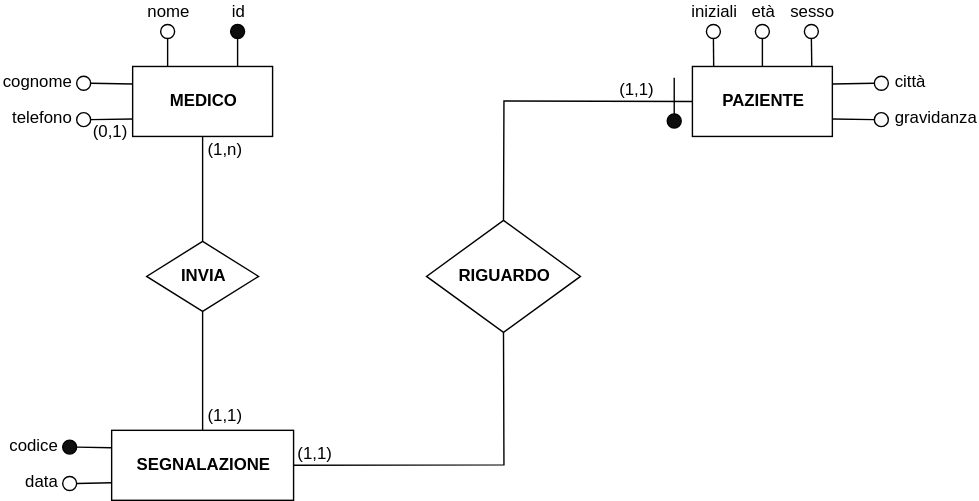
This is schematics/er-diagram.svg from MatteoCarnelos/DB-SEA, a draw.io export, as it was before one commit. Source tidied: cells renumbered, new cells last; positions are measured from the earlier drawing's top-left corner, leaving out a move shared by most shapes.
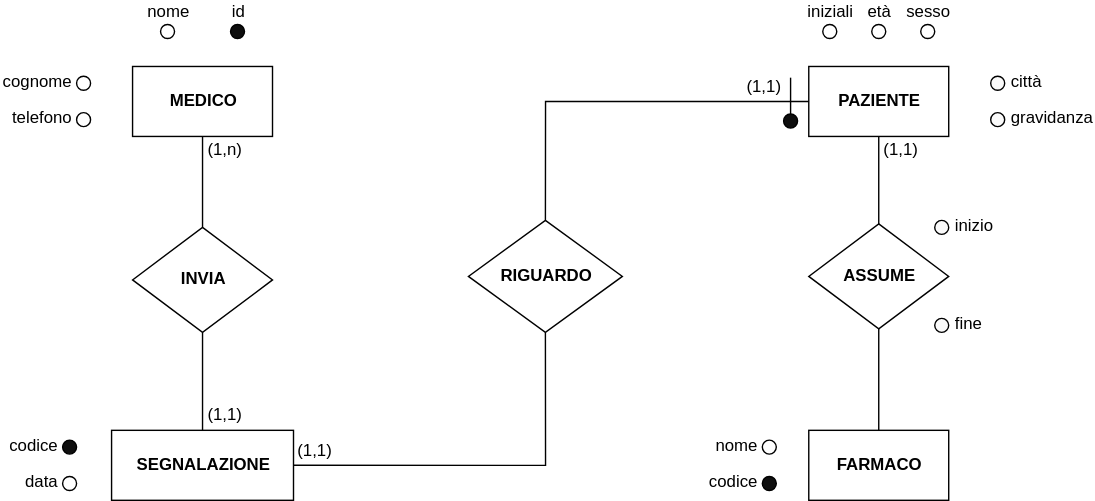
Above is the later version.

What changed in the source:
```diff
@@ -5,32 +5,15 @@
     <mxCell id="2" value="&lt;b&gt;MEDICO&lt;br&gt;&lt;/b&gt;" style="whiteSpace=wrap;html=1;align=center;" parent="1" vertex="1">
       <mxGeometry x="50" y="30" width="100" height="50" as="geometry" />
     </mxCell>
-    <mxCell id="3" style="endArrow=none;html=1;rounded=0;entryX=0.25;entryY=0;entryDx=0;entryDy=0;exitX=0.5;exitY=1;exitDx=0;exitDy=0;" parent="1" edge="1" source="6" target="2">
-      <mxGeometry relative="1" as="geometry" />
-    </mxCell>
-    <mxCell id="4" style="endArrow=none;html=1;exitX=0.75;exitY=0;exitDx=0;exitDy=0;entryX=0.5;entryY=1;entryDx=0;entryDy=0;" parent="1" edge="1" source="2" target="5">
-      <mxGeometry relative="1" as="geometry" />
-    </mxCell>
     <mxCell id="5" value="id" style="ellipse;whiteSpace=wrap;html=1;fillColor=#0D0D0D;labelPosition=center;verticalLabelPosition=top;align=center;verticalAlign=bottom;" parent="1" vertex="1">
       <mxGeometry x="120" width="10" height="10" as="geometry" />
     </mxCell>
     <mxCell id="6" value="nome" style="ellipse;whiteSpace=wrap;html=1;fillColor=#ffffff;labelPosition=center;verticalLabelPosition=top;align=center;verticalAlign=bottom;spacing=2;" parent="1" vertex="1">
       <mxGeometry x="70" width="10" height="10" as="geometry" />
     </mxCell>
-    <mxCell id="7" style="endArrow=none;html=1;entryX=0;entryY=0.25;entryDx=0;entryDy=0;exitX=1;exitY=0.5;exitDx=0;exitDy=0;" parent="1" edge="1" source="8" target="2">
-      <mxGeometry relative="1" as="geometry" />
-    </mxCell>
     <mxCell id="8" value="cognome" style="ellipse;whiteSpace=wrap;html=1;fillColor=#ffffff;textDirection=ltr;align=right;labelPosition=left;verticalLabelPosition=middle;verticalAlign=middle;spacing=5;spacingBottom=2;" parent="1" vertex="1">
       <mxGeometry x="10" y="37" width="10" height="10" as="geometry" />
     </mxCell>
-    <mxCell id="9" style="endArrow=none;html=1;entryX=0;entryY=0.75;entryDx=0;entryDy=0;exitX=1;exitY=0.5;exitDx=0;exitDy=0;" parent="1" edge="1" source="11" target="2">
-      <mxGeometry relative="1" as="geometry" />
-    </mxCell>
-    <mxCell id="10" value="(0,1)" style="text;html=1;align=left;verticalAlign=top;labelBackgroundColor=#ffffff;labelPosition=right;verticalLabelPosition=bottom;spacing=2;" parent="9" vertex="1">
-      <mxGeometry x="-0.28" relative="1" as="geometry">
-        <mxPoint x="-10.8" y="-4.8" as="offset" />
-      </mxGeometry>
-    </mxCell>
     <mxCell id="11" value="telefono" style="ellipse;whiteSpace=wrap;html=1;fillColor=#ffffff;textDirection=ltr;align=right;labelPosition=left;verticalLabelPosition=middle;verticalAlign=middle;spacing=5;spacingBottom=2;" parent="1" vertex="1">
       <mxGeometry x="10" y="63" width="10" height="10" as="geometry" />
     </mxCell>
@@ -39,7 +22,7 @@
     </mxCell>
     <mxCell id="13" value="(1,n)" style="text;html=1;align=left;verticalAlign=middle;labelBackgroundColor=#ffffff;labelPosition=right;verticalLabelPosition=middle;horizontal=1;spacingRight=0;spacing=4;" parent="12" vertex="1">
       <mxGeometry x="0.1" y="2" relative="1" as="geometry">
-        <mxPoint x="2" y="-23.3" as="offset" />
+        <mxPoint x="2" y="-19.3" as="offset" />
       </mxGeometry>
     </mxCell>
     <mxCell id="14" style="edgeStyle=orthogonalEdgeStyle;rounded=0;jettySize=auto;html=1;exitX=0.5;exitY=1;exitDx=0;exitDy=0;entryX=0.5;entryY=0;entryDx=0;entryDy=0;endArrow=none;endFill=0;" parent="1" edge="1" source="16" target="19">
@@ -47,86 +30,94 @@
     </mxCell>
     <mxCell id="15" value="(1,1)" style="text;html=1;align=left;verticalAlign=middle;labelBackgroundColor=#ffffff;labelPosition=right;verticalLabelPosition=middle;spacing=4;" parent="14" vertex="1">
       <mxGeometry x="0.4" y="-1" relative="1" as="geometry">
-        <mxPoint x="1" y="15.8" as="offset" />
+        <mxPoint x="1" y="10" as="offset" />
       </mxGeometry>
     </mxCell>
     <mxCell id="16" value="&lt;b&gt;INVIA&lt;/b&gt;" style="rhombus;whiteSpace=wrap;html=1;" parent="1" vertex="1">
-      <mxGeometry x="60" y="155" width="80" height="50" as="geometry" />
+      <mxGeometry x="50" y="145" width="100" height="75" as="geometry" />
     </mxCell>
     <mxCell id="17" style="edgeStyle=orthogonalEdgeStyle;rounded=0;jettySize=auto;html=1;exitX=1;exitY=0.5;exitDx=0;exitDy=0;entryX=0.5;entryY=1;entryDx=0;entryDy=0;endArrow=none;endFill=0;spacing=2;" parent="1" edge="1" source="19" target="26">
       <mxGeometry relative="1" as="geometry" />
     </mxCell>
-    <mxCell id="18" value="(1,1)" style="text;html=1;align=center;verticalAlign=bottom;labelBackgroundColor=#ffffff;labelPosition=center;verticalLabelPosition=top;spacing=2;" parent="17" vertex="1">
+    <mxCell id="18" value="(1,1)" style="text;html=1;align=center;verticalAlign=bottom;labelBackgroundColor=#ffffff;labelPosition=center;verticalLabelPosition=top;spacing=4;" parent="17" vertex="1">
       <mxGeometry x="-0.58" y="-2" relative="1" as="geometry">
-        <mxPoint x="-36" y="-2" as="offset" />
+        <mxPoint x="-42.6" y="-2" as="offset" />
       </mxGeometry>
     </mxCell>
     <mxCell id="19" value="&lt;b&gt;SEGNALAZIONE&lt;br&gt;&lt;/b&gt;" style="whiteSpace=wrap;html=1;align=center;" parent="1" vertex="1">
       <mxGeometry x="35" y="290" width="130" height="50" as="geometry" />
     </mxCell>
-    <mxCell id="20" style="endArrow=none;html=1;entryX=0;entryY=0.25;entryDx=0;entryDy=0;exitX=1;exitY=0.5;exitDx=0;exitDy=0;" parent="1" edge="1" source="21" target="19">
-      <mxGeometry relative="1" as="geometry" />
-    </mxCell>
     <mxCell id="21" value="codice" style="ellipse;whiteSpace=wrap;html=1;fillColor=#0F0F0F;textDirection=ltr;align=right;labelPosition=left;verticalLabelPosition=middle;verticalAlign=middle;spacing=5;spacingBottom=2;" parent="1" vertex="1">
       <mxGeometry y="297" width="10" height="10" as="geometry" />
     </mxCell>
-    <mxCell id="22" style="endArrow=none;html=1;entryX=0;entryY=0.75;entryDx=0;entryDy=0;exitX=1;exitY=0.5;exitDx=0;exitDy=0;" parent="1" edge="1" source="23" target="19">
-      <mxGeometry relative="1" as="geometry" />
-    </mxCell>
     <mxCell id="23" value="data" style="ellipse;whiteSpace=wrap;html=1;fillColor=#ffffff;textDirection=ltr;align=right;labelPosition=left;verticalLabelPosition=middle;verticalAlign=middle;spacing=5;spacingBottom=2;" parent="1" vertex="1">
       <mxGeometry y="323" width="10" height="10" as="geometry" />
     </mxCell>
     <mxCell id="24" style="edgeStyle=orthogonalEdgeStyle;rounded=0;jettySize=auto;html=1;exitX=0.5;exitY=0;exitDx=0;exitDy=0;entryX=0;entryY=0.5;entryDx=0;entryDy=0;endArrow=none;endFill=0;" parent="1" edge="1" source="26" target="27">
       <mxGeometry relative="1" as="geometry" />
     </mxCell>
-    <mxCell id="25" value="(1,1)" style="text;html=1;align=center;verticalAlign=bottom;labelBackgroundColor=#ffffff;labelPosition=center;verticalLabelPosition=top;spacing=2;" parent="24" vertex="1">
+    <mxCell id="25" value="(1,1)" style="text;html=1;align=center;verticalAlign=bottom;labelBackgroundColor=#ffffff;labelPosition=center;verticalLabelPosition=top;spacing=4;" parent="24" vertex="1">
       <mxGeometry x="0.5" y="1" relative="1" as="geometry">
-        <mxPoint x="14.4" y="0.9" as="offset" />
+        <mxPoint x="34.7" y="1" as="offset" />
       </mxGeometry>
     </mxCell>
     <mxCell id="26" value="RIGUARDO" style="rhombus;whiteSpace=wrap;html=1;fillColor=#ffffff;fontStyle=1;" parent="1" vertex="1">
-      <mxGeometry x="260" y="140" width="110" height="80" as="geometry" />
+      <mxGeometry x="290" y="140" width="110" height="80" as="geometry" />
     </mxCell>
     <mxCell id="27" value="&lt;b&gt;PAZIENTE&lt;/b&gt;" style="rounded=0;whiteSpace=wrap;html=1;fillColor=#ffffff;" parent="1" vertex="1">
-      <mxGeometry x="450" y="30" width="100" height="50" as="geometry" />
+      <mxGeometry x="533.2" y="30" width="100" height="50" as="geometry" />
     </mxCell>
     <mxCell id="28" style="endArrow=none;html=1;exitX=0.5;exitY=0;exitDx=0;exitDy=0;" parent="1" edge="1" source="29">
       <mxGeometry relative="1" as="geometry">
-        <mxPoint x="437" y="38" as="targetPoint" />
+        <mxPoint x="520.2" y="38" as="targetPoint" />
       </mxGeometry>
     </mxCell>
     <mxCell id="29" style="ellipse;whiteSpace=wrap;html=1;fillColor=#0D0D0D;" parent="1" vertex="1">
-      <mxGeometry x="432" y="64" width="10" height="10" as="geometry" />
+      <mxGeometry x="515.2" y="64" width="10" height="10" as="geometry" />
     </mxCell>
-    <mxCell id="30" style="endArrow=none;html=1;rounded=0;exitX=0.5;exitY=1;exitDx=0;exitDy=0;entryX=0.152;entryY=-0.003;entryDx=0;entryDy=0;entryPerimeter=0;" parent="1" edge="1" source="31" target="27">
-      <mxGeometry relative="1" as="geometry" />
-    </mxCell>
     <mxCell id="31" value="iniziali" style="ellipse;whiteSpace=wrap;html=1;fillColor=#ffffff;labelPosition=center;verticalLabelPosition=top;align=center;verticalAlign=bottom;spacing=2;" parent="1" vertex="1">
-      <mxGeometry x="460" width="10" height="10" as="geometry" />
+      <mxGeometry x="543.2" width="10" height="10" as="geometry" />
     </mxCell>
-    <mxCell id="32" style="endArrow=none;html=1;rounded=0;entryX=0.853;entryY=0.009;entryDx=0;entryDy=0;exitX=0.5;exitY=1;exitDx=0;exitDy=0;entryPerimeter=0;" parent="1" edge="1" source="33" target="27">
-      <mxGeometry relative="1" as="geometry" />
-    </mxCell>
     <mxCell id="33" value="sesso" style="ellipse;whiteSpace=wrap;html=1;fillColor=#ffffff;labelPosition=center;verticalLabelPosition=top;align=center;verticalAlign=bottom;spacing=2;" parent="1" vertex="1">
-      <mxGeometry x="530" width="10" height="10" as="geometry" />
+      <mxGeometry x="613.2" width="10" height="10" as="geometry" />
     </mxCell>
-    <mxCell id="34" style="endArrow=none;html=1;exitX=1;exitY=0.25;exitDx=0;exitDy=0;entryX=0;entryY=0.5;entryDx=0;entryDy=0;" parent="1" edge="1" source="27" target="36">
-      <mxGeometry relative="1" as="geometry" />
-    </mxCell>
-    <mxCell id="35" style="endArrow=none;html=1;exitX=1;exitY=0.75;exitDx=0;exitDy=0;entryX=0;entryY=0.5;entryDx=0;entryDy=0;" parent="1" edge="1" source="27" target="37">
-      <mxGeometry relative="1" as="geometry" />
-    </mxCell>
     <mxCell id="36" value="città" style="ellipse;whiteSpace=wrap;html=1;fillColor=#FAFAFA;labelPosition=right;verticalLabelPosition=middle;align=left;verticalAlign=middle;spacing=5;spacingBottom=2;" parent="1" vertex="1">
-      <mxGeometry x="580" y="37" width="10" height="10" as="geometry" />
+      <mxGeometry x="663.2" y="37" width="10" height="10" as="geometry" />
     </mxCell>
     <mxCell id="37" value="gravidanza" style="ellipse;whiteSpace=wrap;html=1;fillColor=#FAFAFA;spacingBottom=2;labelPosition=right;verticalLabelPosition=middle;align=left;verticalAlign=middle;spacing=5;" parent="1" vertex="1">
-      <mxGeometry x="580" y="63" width="10" height="10" as="geometry" />
+      <mxGeometry x="663.2" y="63" width="10" height="10" as="geometry" />
     </mxCell>
-    <mxCell id="38" style="endArrow=none;html=1;rounded=0;exitX=0.5;exitY=1;exitDx=0;exitDy=0;entryX=0.5;entryY=0;entryDx=0;entryDy=0;" parent="1" edge="1" source="39" target="27">
-      <mxGeometry relative="1" as="geometry" />
-    </mxCell>
     <mxCell id="39" value="età" style="ellipse;whiteSpace=wrap;html=1;fillColor=#ffffff;labelPosition=center;verticalLabelPosition=top;align=center;verticalAlign=bottom;spacing=2;" parent="1" vertex="1">
-      <mxGeometry x="495" width="10" height="10" as="geometry" />
+      <mxGeometry x="578.2" width="10" height="10" as="geometry" />
     </mxCell>
+    <mxCell id="40" style="edgeStyle=orthogonalEdgeStyle;rounded=0;jettySize=auto;html=1;exitX=0.5;exitY=0;exitDx=0;exitDy=0;entryX=0.5;entryY=1;entryDx=0;entryDy=0;endArrow=none;endFill=0;" parent="1" edge="1" source="43" target="27">
+      <mxGeometry relative="1" as="geometry" />
+    </mxCell>
+    <mxCell id="41" value="(1,1)" style="text;html=1;align=left;verticalAlign=middle;labelBackgroundColor=#ffffff;labelPosition=right;verticalLabelPosition=middle;spacing=4;" parent="40" vertex="1">
+      <mxGeometry x="0.3" relative="1" as="geometry">
+        <mxPoint y="-11.8" as="offset" />
+      </mxGeometry>
+    </mxCell>
+    <mxCell id="42" style="edgeStyle=orthogonalEdgeStyle;rounded=0;jettySize=auto;html=1;exitX=0.5;exitY=1;exitDx=0;exitDy=0;entryX=0.5;entryY=0;entryDx=0;entryDy=0;endArrow=none;endFill=0;" parent="1" edge="1" source="43" target="46">
+      <mxGeometry relative="1" as="geometry" />
+    </mxCell>
+    <mxCell id="43" value="&lt;b&gt;ASSUME&lt;/b&gt;" style="rhombus;whiteSpace=wrap;html=1;" parent="1" vertex="1">
+      <mxGeometry x="533.2" y="142.5" width="100" height="75" as="geometry" />
+    </mxCell>
+    <mxCell id="44" value="inizio" style="ellipse;whiteSpace=wrap;html=1;fillColor=#FAFAFA;labelPosition=right;verticalLabelPosition=middle;align=left;verticalAlign=middle;spacing=5;spacingBottom=2;" parent="1" vertex="1">
+      <mxGeometry x="623.2" y="140" width="10" height="10" as="geometry" />
+    </mxCell>
+    <mxCell id="45" value="fine" style="ellipse;whiteSpace=wrap;html=1;fillColor=#FAFAFA;labelPosition=right;verticalLabelPosition=middle;align=left;verticalAlign=middle;spacing=5;spacingBottom=2;" parent="1" vertex="1">
+      <mxGeometry x="623.2" y="210" width="10" height="10" as="geometry" />
+    </mxCell>
+    <mxCell id="46" value="&lt;b&gt;FARMACO&lt;br&gt;&lt;/b&gt;" style="rounded=0;whiteSpace=wrap;html=1;fillColor=#ffffff;" parent="1" vertex="1">
+      <mxGeometry x="533.2" y="290" width="100" height="50" as="geometry" />
+    </mxCell>
+    <mxCell id="47" value="codice" style="ellipse;whiteSpace=wrap;html=1;fillColor=#0F0F0F;textDirection=ltr;align=right;labelPosition=left;verticalLabelPosition=middle;verticalAlign=middle;spacing=5;spacingBottom=2;" parent="1" vertex="1">
+      <mxGeometry x="500" y="323" width="10" height="10" as="geometry" />
+    </mxCell>
+    <mxCell id="48" value="nome" style="ellipse;whiteSpace=wrap;html=1;fillColor=#FFFFFF;textDirection=ltr;align=right;labelPosition=left;verticalLabelPosition=middle;verticalAlign=middle;spacing=5;spacingBottom=2;" parent="1" vertex="1">
+      <mxGeometry x="500" y="297" width="10" height="10" as="geometry" />
+    </mxCell>
   </root>
 </mxGraphModel>
```
